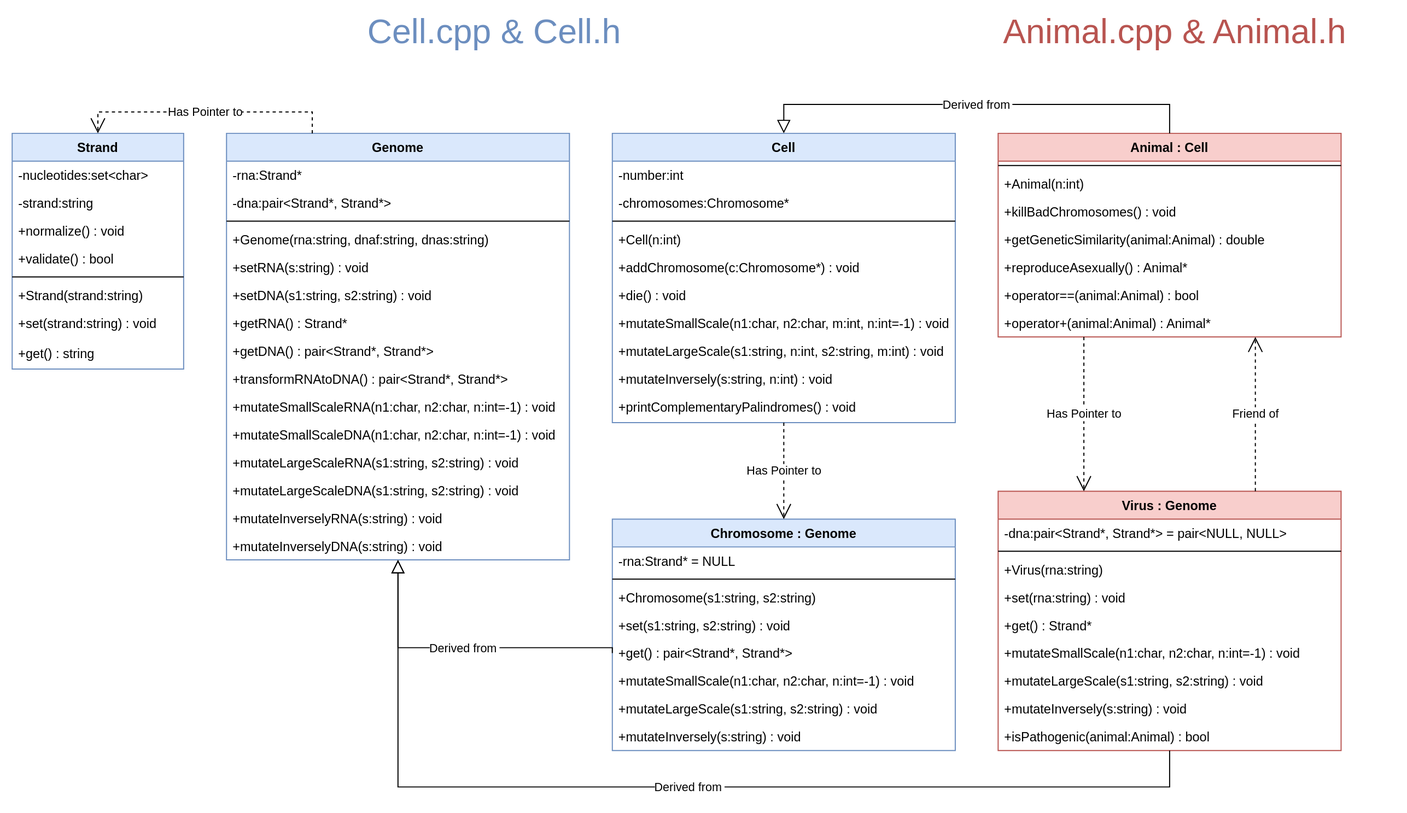
This is schema/classes.svg from k-forghani/class-of-life, a draw.io export, as it was before one commit. Source tidied: cells renumbered, new cells last; positions are measured from the earlier drawing's top-left corner, leaving out a move shared by most shapes.
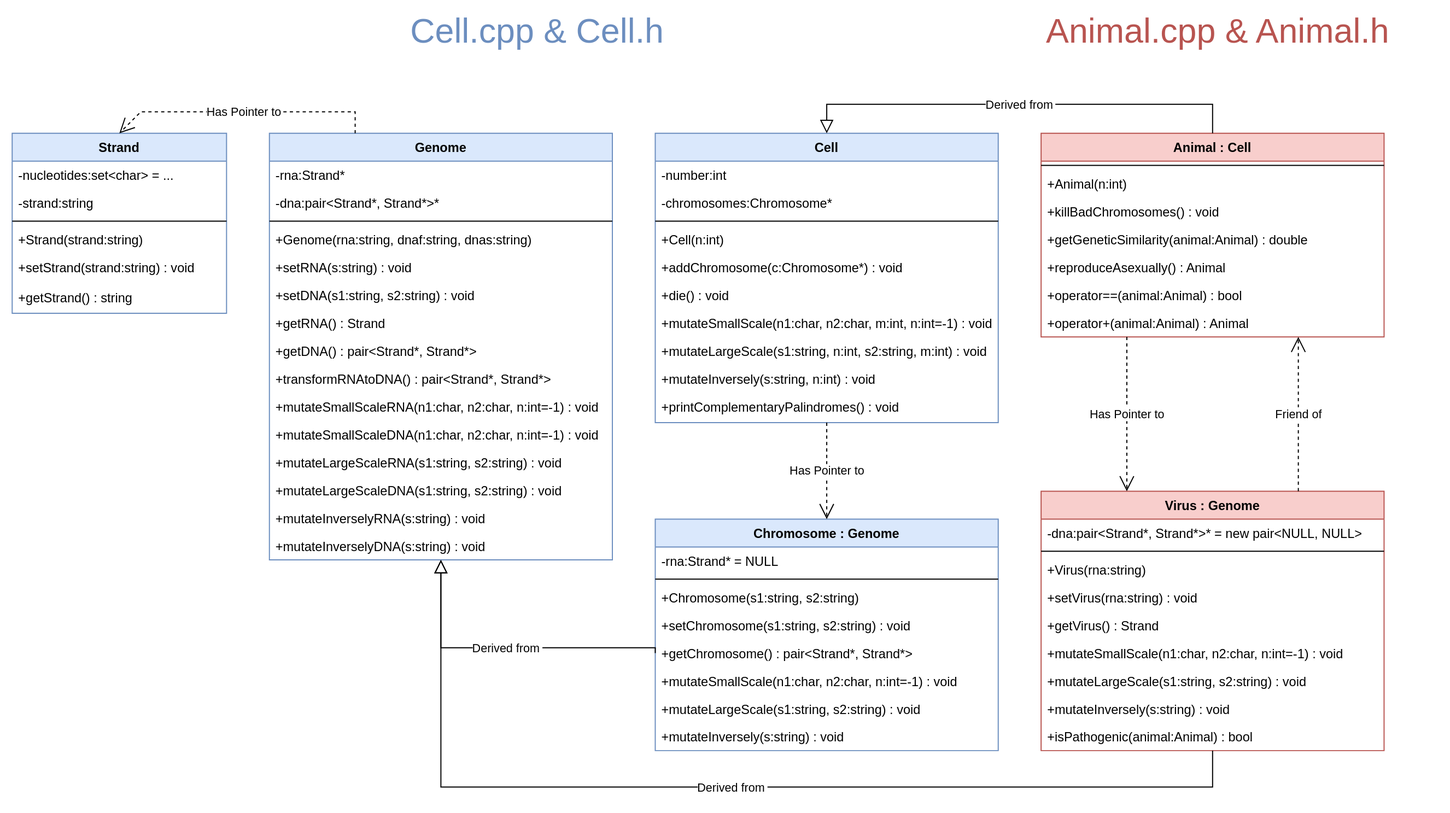
The same file after the commit.

The edit, as a diff of the source:
```diff
@@ -8,7 +8,7 @@
     <mxCell id="3" value="-rna:Strand*" style="text;align=left;verticalAlign=top;spacingLeft=4;spacingRight=4;overflow=hidden;" parent="2" vertex="1">
       <mxGeometry y="26" width="320" height="26" as="geometry" />
     </mxCell>
-    <mxCell id="4" value="-dna:pair&lt;Strand*, Strand*&gt;" style="text;align=left;verticalAlign=top;spacingLeft=4;spacingRight=4;overflow=hidden;rounded=0;shadow=0;html=0;" parent="2" vertex="1">
+    <mxCell id="4" value="-dna:pair&lt;Strand*, Strand*&gt;*" style="text;align=left;verticalAlign=top;spacingLeft=4;spacingRight=4;overflow=hidden;rounded=0;shadow=0;html=0;" parent="2" vertex="1">
       <mxGeometry y="52" width="320" height="26" as="geometry" />
     </mxCell>
     <mxCell id="5" style="line;html=1;strokeWidth=1;align=left;verticalAlign=middle;spacingTop=-1;spacingLeft=3;spacingRight=3;labelPosition=right;" parent="2" vertex="1">
@@ -23,7 +23,7 @@
     <mxCell id="8" value="+setDNA(s1:string, s2:string) : void" style="text;align=left;verticalAlign=top;spacingLeft=4;spacingRight=4;overflow=hidden;" parent="2" vertex="1">
       <mxGeometry y="138" width="320" height="26" as="geometry" />
     </mxCell>
-    <mxCell id="9" value="+getRNA() : Strand*" style="text;align=left;verticalAlign=top;spacingLeft=4;spacingRight=4;overflow=hidden;" parent="2" vertex="1">
+    <mxCell id="9" value="+getRNA() : Strand" style="text;align=left;verticalAlign=top;spacingLeft=4;spacingRight=4;overflow=hidden;" parent="2" vertex="1">
       <mxGeometry y="164" width="320" height="26" as="geometry" />
     </mxCell>
     <mxCell id="10" value="+getDNA() : pair&lt;Strand*, Strand*&gt;" style="text;align=left;verticalAlign=top;spacingLeft=4;spacingRight=4;overflow=hidden;" parent="2" vertex="1">
@@ -62,10 +62,10 @@
     <mxCell id="21" value="+Chromosome(s1:string, s2:string)" style="text;align=left;verticalAlign=top;spacingLeft=4;spacingRight=4;overflow=hidden;" parent="18" vertex="1">
       <mxGeometry y="60" width="320" height="26" as="geometry" />
     </mxCell>
-    <mxCell id="22" value="+set(s1:string, s2:string) : void" style="text;align=left;verticalAlign=top;spacingLeft=4;spacingRight=4;overflow=hidden;" parent="18" vertex="1">
+    <mxCell id="22" value="+setChromosome(s1:string, s2:string) : void" style="text;align=left;verticalAlign=top;spacingLeft=4;spacingRight=4;overflow=hidden;" parent="18" vertex="1">
       <mxGeometry y="86" width="320" height="26" as="geometry" />
     </mxCell>
-    <mxCell id="23" value="+get() : pair&lt;Strand*, Strand*&gt;" style="text;align=left;verticalAlign=top;spacingLeft=4;spacingRight=4;overflow=hidden;points=[[0,0.5],[1,0.5]];portConstraint=eastwest;" parent="18" vertex="1">
+    <mxCell id="23" value="+getChromosome() : pair&lt;Strand*, Strand*&gt;" style="text;align=left;verticalAlign=top;spacingLeft=4;spacingRight=4;overflow=hidden;points=[[0,0.5],[1,0.5]];portConstraint=eastwest;" parent="18" vertex="1">
       <mxGeometry y="112" width="320" height="26" as="geometry" />
     </mxCell>
     <mxCell id="24" value="+mutateSmallScale(n1:char, n2:char, n:int=-1) : void" style="text;align=left;verticalAlign=top;spacingLeft=4;spacingRight=4;overflow=hidden;" parent="18" vertex="1">
@@ -86,31 +86,25 @@
       </mxGeometry>
     </mxCell>
     <mxCell id="28" value="Strand" style="swimlane;fontStyle=1;align=center;verticalAlign=top;horizontal=1;startSize=26;rounded=0;shadow=0;strokeWidth=1;fillColor=#dae8fc;strokeColor=#6c8ebf;swimlaneFillColor=default;" parent="1" vertex="1">
-      <mxGeometry y="110" width="160" height="220" as="geometry" />
+      <mxGeometry x="-40" y="110" width="200" height="168" as="geometry" />
     </mxCell>
-    <mxCell id="29" value="-nucleotides:set&lt;char&gt;" style="text;align=left;verticalAlign=top;spacingLeft=4;spacingRight=4;overflow=hidden;" parent="28" vertex="1">
-      <mxGeometry y="26" width="160" height="26" as="geometry" />
+    <mxCell id="29" value="-nucleotides:set&lt;char&gt; = ..." style="text;align=left;verticalAlign=top;spacingLeft=4;spacingRight=4;overflow=hidden;" parent="28" vertex="1">
+      <mxGeometry y="26" width="200" height="26" as="geometry" />
     </mxCell>
     <mxCell id="30" value="-strand:string" style="text;align=left;verticalAlign=top;spacingLeft=4;spacingRight=4;overflow=hidden;" parent="28" vertex="1">
-      <mxGeometry y="52" width="160" height="26" as="geometry" />
+      <mxGeometry y="52" width="200" height="26" as="geometry" />
     </mxCell>
-    <mxCell id="31" value="+normalize() : void" style="text;align=left;verticalAlign=top;spacingLeft=4;spacingRight=4;overflow=hidden;" parent="28" vertex="1">
-      <mxGeometry y="78" width="160" height="26" as="geometry" />
-    </mxCell>
-    <mxCell id="32" value="+validate() : bool" style="text;align=left;verticalAlign=top;spacingLeft=4;spacingRight=4;overflow=hidden;" parent="28" vertex="1">
-      <mxGeometry y="104" width="160" height="26" as="geometry" />
-    </mxCell>
     <mxCell id="33" style="line;html=1;strokeWidth=1;align=left;verticalAlign=middle;spacingTop=-1;spacingLeft=3;spacingRight=3;labelPosition=right;" parent="28" vertex="1">
-      <mxGeometry y="130" width="160" height="8" as="geometry" />
+      <mxGeometry y="78" width="200" height="8" as="geometry" />
     </mxCell>
     <mxCell id="34" value="+Strand(strand:string)" style="text;align=left;verticalAlign=top;spacingLeft=4;spacingRight=4;overflow=hidden;" parent="28" vertex="1">
-      <mxGeometry y="138" width="160" height="26" as="geometry" />
+      <mxGeometry y="86" width="200" height="26" as="geometry" />
     </mxCell>
-    <mxCell id="35" value="+set(strand:string) : void" style="text;align=left;verticalAlign=top;spacingLeft=4;spacingRight=4;overflow=hidden;" parent="28" vertex="1">
-      <mxGeometry y="164" width="160" height="28" as="geometry" />
+    <mxCell id="35" value="+setStrand(strand:string) : void" style="text;align=left;verticalAlign=top;spacingLeft=4;spacingRight=4;overflow=hidden;" parent="28" vertex="1">
+      <mxGeometry y="112" width="200" height="28" as="geometry" />
     </mxCell>
-    <mxCell id="36" value="+get() : string" style="text;align=left;verticalAlign=top;spacingLeft=4;spacingRight=4;overflow=hidden;" parent="28" vertex="1">
-      <mxGeometry y="192" width="160" height="28" as="geometry" />
+    <mxCell id="36" value="+getStrand() : string" style="text;align=left;verticalAlign=top;spacingLeft=4;spacingRight=4;overflow=hidden;" parent="28" vertex="1">
+      <mxGeometry y="140" width="200" height="28" as="geometry" />
     </mxCell>
     <mxCell id="37" value="Cell" style="swimlane;fontStyle=1;align=center;verticalAlign=top;horizontal=1;startSize=26;rounded=0;shadow=0;strokeWidth=1;fillColor=#dae8fc;strokeColor=#6c8ebf;swimlaneFillColor=default;" parent="1" vertex="1">
       <mxGeometry x="560" y="110" width="320" height="270" as="geometry" />
@@ -166,7 +160,7 @@
     <mxCell id="51" value="Virus : Genome" style="swimlane;fontStyle=1;align=center;verticalAlign=top;horizontal=1;startSize=26;rounded=0;shadow=0;strokeWidth=1;fillColor=#f8cecc;strokeColor=#b85450;swimlaneFillColor=default;" parent="1" vertex="1">
       <mxGeometry x="920" y="444" width="320" height="242" as="geometry" />
     </mxCell>
-    <mxCell id="52" value="-dna:pair&lt;Strand*, Strand*&gt; = pair&lt;NULL, NULL&gt;" style="text;align=left;verticalAlign=top;spacingLeft=4;spacingRight=4;overflow=hidden;" parent="51" vertex="1">
+    <mxCell id="52" value="-dna:pair&lt;Strand*, Strand*&gt;* = new pair&lt;NULL, NULL&gt;" style="text;align=left;verticalAlign=top;spacingLeft=4;spacingRight=4;overflow=hidden;" parent="51" vertex="1">
       <mxGeometry y="26" width="320" height="26" as="geometry" />
     </mxCell>
     <mxCell id="53" style="line;html=1;strokeWidth=1;align=left;verticalAlign=middle;spacingTop=-1;spacingLeft=3;spacingRight=3;labelPosition=right;" parent="51" vertex="1">
@@ -175,10 +169,10 @@
     <mxCell id="54" value="+Virus(rna:string)" style="text;align=left;verticalAlign=top;spacingLeft=4;spacingRight=4;overflow=hidden;" parent="51" vertex="1">
       <mxGeometry y="60" width="320" height="26" as="geometry" />
     </mxCell>
-    <mxCell id="55" value="+set(rna:string) : void" style="text;align=left;verticalAlign=top;spacingLeft=4;spacingRight=4;overflow=hidden;" parent="51" vertex="1">
+    <mxCell id="55" value="+setVirus(rna:string) : void" style="text;align=left;verticalAlign=top;spacingLeft=4;spacingRight=4;overflow=hidden;" parent="51" vertex="1">
       <mxGeometry y="86" width="320" height="26" as="geometry" />
     </mxCell>
-    <mxCell id="56" value="+get() : Strand*" style="text;align=left;verticalAlign=top;spacingLeft=4;spacingRight=4;overflow=hidden;" parent="51" vertex="1">
+    <mxCell id="56" value="+getVirus() : Strand" style="text;align=left;verticalAlign=top;spacingLeft=4;spacingRight=4;overflow=hidden;" parent="51" vertex="1">
       <mxGeometry y="112" width="320" height="26" as="geometry" />
     </mxCell>
     <mxCell id="57" value="+mutateSmallScale(n1:char, n2:char, n:int=-1) : void" style="text;align=left;verticalAlign=top;spacingLeft=4;spacingRight=4;overflow=hidden;" parent="51" vertex="1">
@@ -208,13 +202,13 @@
     <mxCell id="65" value="+getGeneticSimilarity(animal:Animal) : double" style="text;align=left;verticalAlign=top;spacingLeft=4;spacingRight=4;overflow=hidden;" parent="61" vertex="1">
       <mxGeometry y="86" width="320" height="26" as="geometry" />
     </mxCell>
-    <mxCell id="66" value="+reproduceAsexually() : Animal*" style="text;align=left;verticalAlign=top;spacingLeft=4;spacingRight=4;overflow=hidden;" parent="61" vertex="1">
+    <mxCell id="66" value="+reproduceAsexually() : Animal" style="text;align=left;verticalAlign=top;spacingLeft=4;spacingRight=4;overflow=hidden;" parent="61" vertex="1">
       <mxGeometry y="112" width="320" height="26" as="geometry" />
     </mxCell>
     <mxCell id="67" value="+operator==(animal:Animal) : bool" style="text;align=left;verticalAlign=top;spacingLeft=4;spacingRight=4;overflow=hidden;" parent="61" vertex="1">
       <mxGeometry y="138" width="320" height="26" as="geometry" />
     </mxCell>
-    <mxCell id="68" value="+operator+(animal:Animal) : Animal*" style="text;align=left;verticalAlign=top;spacingLeft=4;spacingRight=4;overflow=hidden;" parent="61" vertex="1">
+    <mxCell id="68" value="+operator+(animal:Animal) : Animal" style="text;align=left;verticalAlign=top;spacingLeft=4;spacingRight=4;overflow=hidden;" parent="61" vertex="1">
       <mxGeometry y="164" width="320" height="26" as="geometry" />
     </mxCell>
     <mxCell id="69" value="Has Pointer to" style="endArrow=open;endSize=12;dashed=1;html=1;rounded=0;entryX=0.25;entryY=0;entryDx=0;entryDy=0;exitX=0.25;exitY=1;exitDx=0;exitDy=0;" parent="1" edge="1" source="61" target="51">
```
